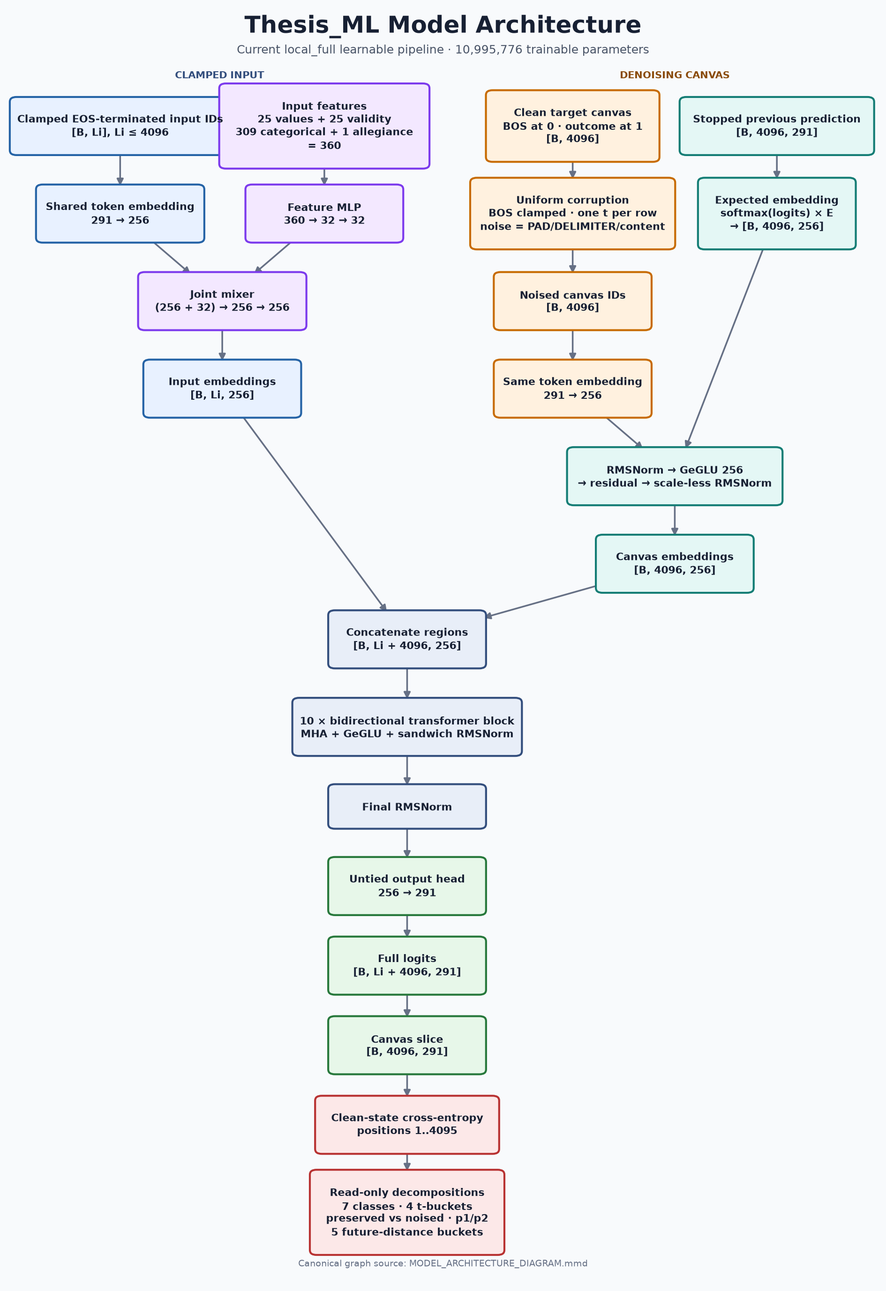
This is Model_Architecture/MODEL_ARCHITECTURE_DIAGRAM.png from mataeo-eh/Thesis_ML, a Mermaid export, as it was before one commit. Its source is kept beside it as Model_Architecture/MODEL_ARCHITECTURE_DIAGRAM.mmd.
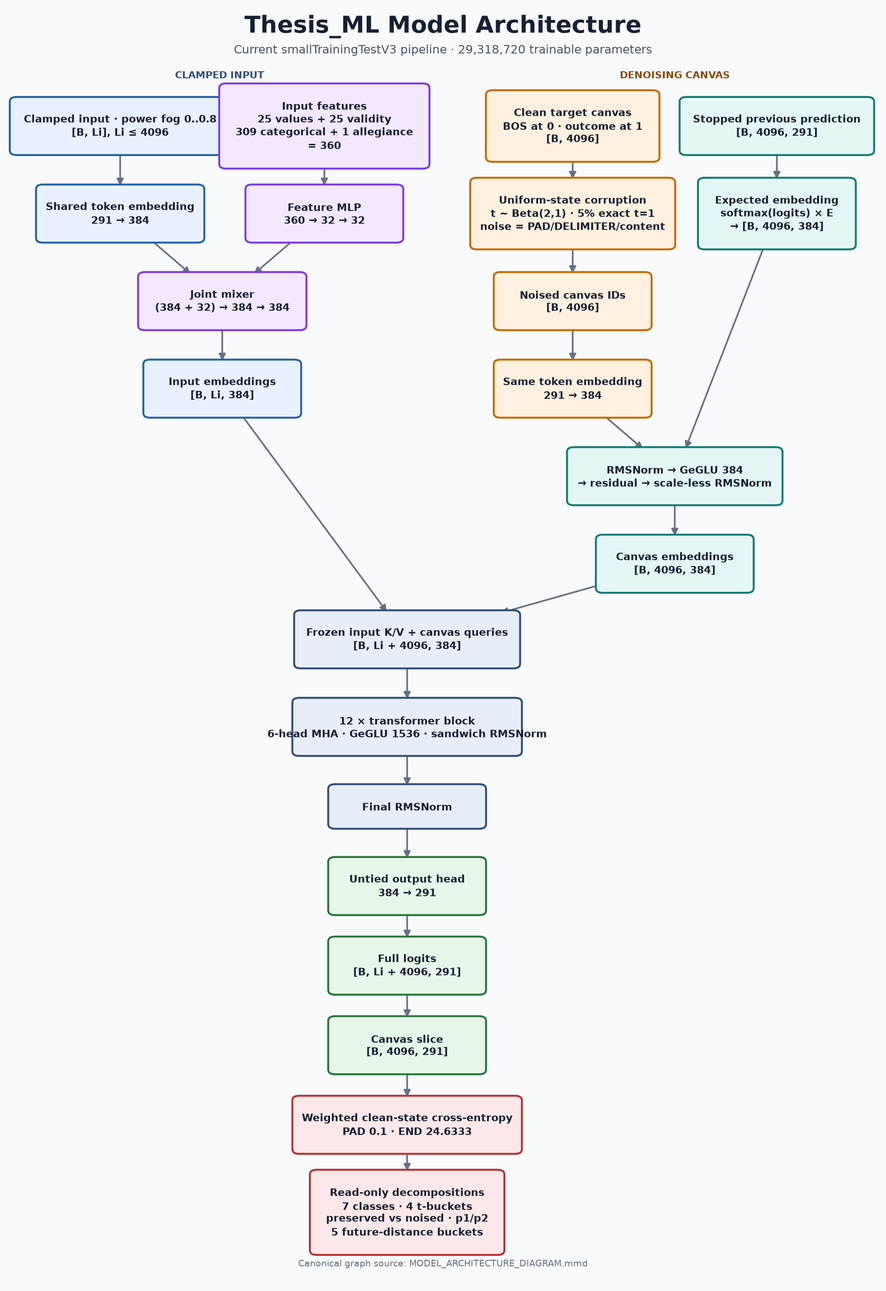
The same file after the commit.

Diff of the diagram source:
```diff
@@ -1,26 +1,26 @@
 flowchart TD
-    A["Clamped EOS-terminated input IDs<br/>[B, Li], Li ≤ 4096"] --> E["Shared token embedding<br/>291 → 256"]
+    A["Clamped input · power fog 0..0.8<br/>[B, Li], Li ≤ 4096"] --> E["Shared token embedding<br/>291 → 384"]
     AF["Input features<br/>25 values + 25 validity<br/>309 categorical + 1 allegiance<br/>= 360"] --> FM["Feature MLP<br/>360 → 32 → 32"]
-    E --> JM["Joint mixer<br/>(256 + 32) → 256 → 256"]
+    E --> JM["Joint mixer<br/>(384 + 32) → 384 → 384"]
     FM --> JM
-    JM --> IE["Input embeddings<br/>[B, Li, 256]"]
+    JM --> IE["Input embeddings<br/>[B, Li, 384]"]
 
-    T["Clean target canvas<br/>BOS at 0 · outcome at 1<br/>[B, 4096]"] --> C["Uniform corruption<br/>BOS clamped · one t per row<br/>noise = PAD/DELIMITER/content"]
+    T["Clean target canvas<br/>BOS at 0 · outcome at 1<br/>[B, 4096]"] --> C["Uniform-state corruption<br/>t ~ Beta(2,1) · 5% exact t=1<br/>noise = PAD/DELIMITER/content"]
     C --> NE["Noised canvas IDs<br/>[B, 4096]"]
-    NE --> E2["Same token embedding<br/>291 → 256"]
+    NE --> E2["Same token embedding<br/>291 → 384"]
 
-    FP["Stopped previous prediction<br/>[B, 4096, 291]"] --> EX["Expected embedding<br/>softmax(logits) × E<br/>→ [B, 4096, 256]"]
-    EX --> SC["RMSNorm → GeGLU 256<br/>→ residual → scale-less RMSNorm"]
+    FP["Stopped previous prediction<br/>[B, 4096, 291]"] --> EX["Expected embedding<br/>softmax(logits) × E<br/>→ [B, 4096, 384]"]
+    EX --> SC["RMSNorm → GeGLU 384<br/>→ residual → scale-less RMSNorm"]
     E2 --> SC
-    SC --> CE["Canvas embeddings<br/>[B, 4096, 256]"]
+    SC --> CE["Canvas embeddings<br/>[B, 4096, 384]"]
 
-    IE --> CAT["Concatenate regions<br/>[B, Li + 4096, 256]"]
+    IE --> CAT["Frozen input K/V + canvas queries<br/>[B, Li + 4096, 384]"]
     CE --> CAT
 
-    CAT --> TR["10 × bidirectional transformer block<br/>MHA + GeGLU + sandwich RMSNorm"]
+    CAT --> TR["12 × transformer block<br/>6-head MHA · GeGLU 1536 · sandwich RMSNorm"]
     TR --> FN["Final RMSNorm"]
-    FN --> OH["Untied output head<br/>256 → 291"]
+    FN --> OH["Untied output head<br/>384 → 291"]
     OH --> FULL["Full logits<br/>[B, Li + 4096, 291]"]
     FULL --> SLICE["Canvas slice<br/>[B, 4096, 291]"]
-    SLICE --> LOSS["Clean-state cross-entropy<br/>positions 1..4095"]
+    SLICE --> LOSS["Weighted clean-state cross-entropy<br/>PAD 0.1 · END 24.6333"]
     LOSS --> DEC["Read-only decompositions<br/>7 classes · 4 t-buckets<br/>preserved vs noised · p1/p2<br/>5 future-distance buckets"]
```
